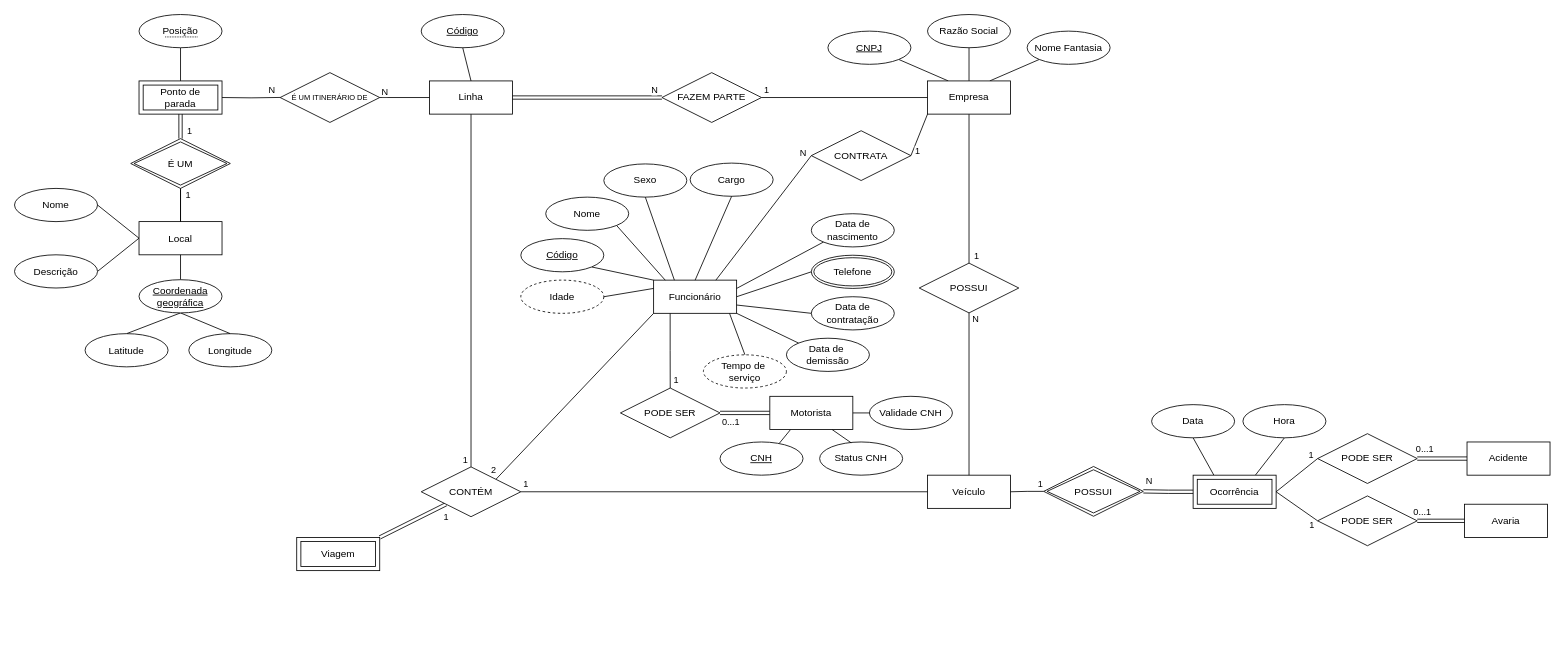
gscolombo/Projeto---BD keeps this draw.io diagram as drawio/conceptual_model.drawio. Above is the earlier version. Source tidied: cells renumbered, new cells numbered last; positions are measured from the earlier drawing's top-left corner, leaving out a move shared by most shapes. Both pictures are drawn from the tidied source at 83%, with x=0, y=0 at pixel (14, 14).
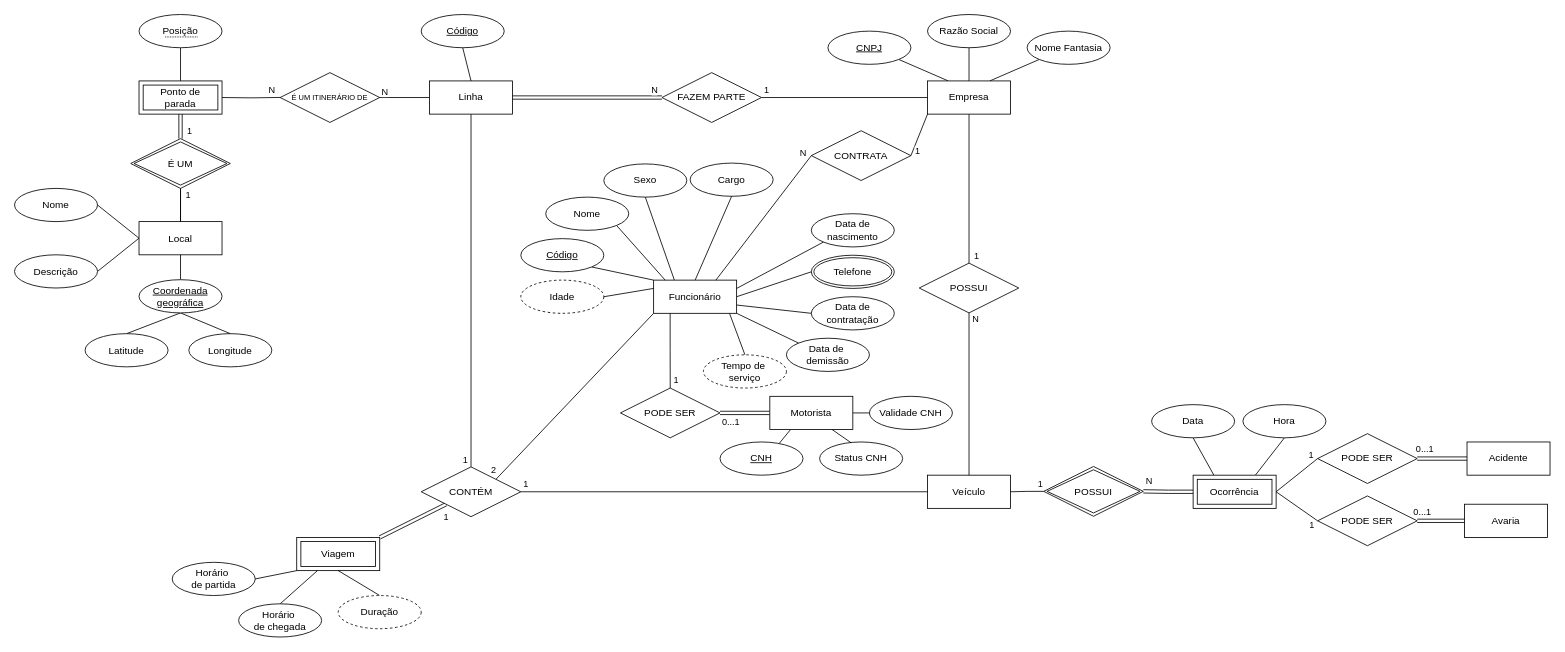
After the change.

Commit message:
Inclusão de atributos de viagem

Unchanged cells that the change refers to:
```xml
<mxCell id="19" value="Viagem" style="shape=ext;margin=3;double=1;whiteSpace=wrap;html=1;align=center;" parent="1" vertex="1">
  <mxGeometry x="340" y="630" width="100" height="40" as="geometry" />
</mxCell>
```

Change to the diagram source:
```diff
@@
+    <mxCell id="120" style="rounded=0;jettySize=auto;html=1;exitX=1;exitY=0.5;exitDx=0;exitDy=0;entryX=0;entryY=1;entryDx=0;entryDy=0;endArrow=none;endFill=0;" parent="1" edge="1" source="121" target="19">
+      <mxGeometry relative="1" as="geometry" />
+    </mxCell>
+    <mxCell id="121" value="&lt;div&gt;Horário&amp;nbsp;&lt;/div&gt;&lt;div&gt;de partida&lt;/div&gt;" style="ellipse;whiteSpace=wrap;html=1;align=center;fontStyle=0;" parent="1" vertex="1">
+      <mxGeometry x="190" y="660" width="100" height="40" as="geometry" />
+    </mxCell>
+    <mxCell id="122" style="rounded=0;jettySize=auto;html=1;exitX=0.5;exitY=0;exitDx=0;exitDy=0;entryX=0.25;entryY=1;entryDx=0;entryDy=0;endArrow=none;endFill=0;" parent="1" edge="1" source="123" target="19">
+      <mxGeometry relative="1" as="geometry" />
+    </mxCell>
+    <mxCell id="123" value="&lt;div&gt;Horário&amp;nbsp;&lt;/div&gt;&lt;div&gt;de chegada&lt;/div&gt;" style="ellipse;whiteSpace=wrap;html=1;align=center;fontStyle=0;" parent="1" vertex="1">
+      <mxGeometry x="270" y="710" width="100" height="40" as="geometry" />
+    </mxCell>
+    <mxCell id="124" style="rounded=0;jettySize=auto;html=1;exitX=0.5;exitY=0;exitDx=0;exitDy=0;entryX=0.5;entryY=1;entryDx=0;entryDy=0;endArrow=none;endFill=0;" parent="1" edge="1" source="125" target="19">
+      <mxGeometry relative="1" as="geometry" />
+    </mxCell>
+    <mxCell id="125" value="Duração" style="ellipse;whiteSpace=wrap;html=1;align=center;dashed=1;" parent="1" vertex="1">
+      <mxGeometry x="390" y="700" width="100" height="40" as="geometry" />
+    </mxCell>
```
